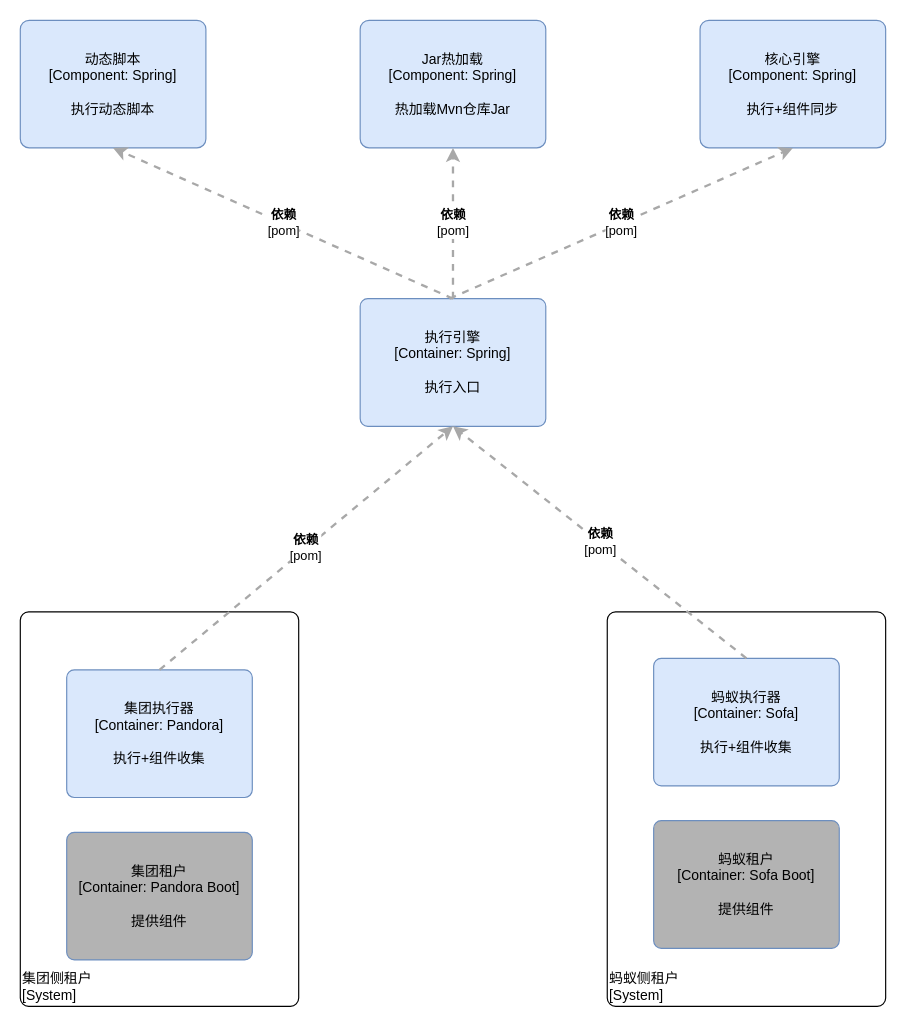
Earlier version of the draw.io diagram 执行器组件图.drawio (JimmyKsdas/TestPlantForm). Source tidied: cells renumbered, new cells numbered last; positions are measured from the earlier drawing's top-left corner, leaving out a move shared by most shapes. Both pictures are drawn from the tidied source at 116%, with x=0, y=0 at pixel (20, 20).
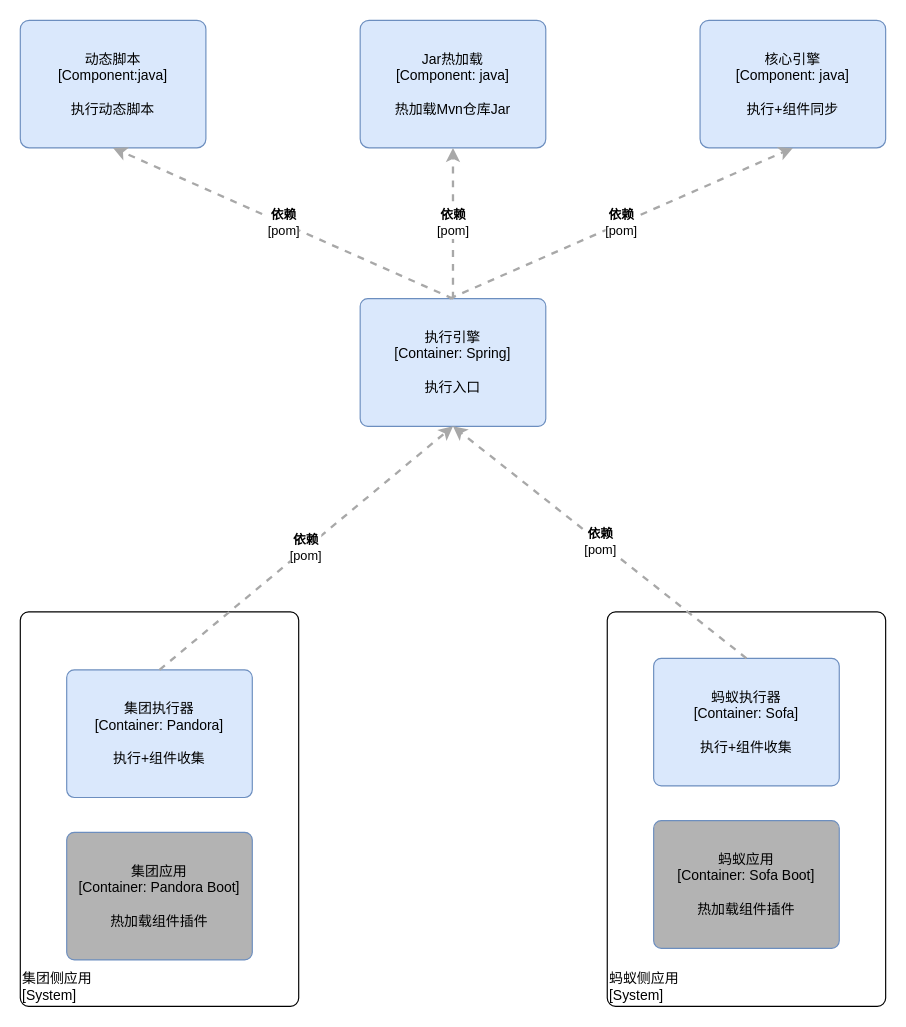
After the change.

Commit message:
Update 执行器组件图.drawio

The edit, as a diff of the source:
```diff
@@
 <mxGraphModel>
   <root>
     <mxCell id="0" />
     <mxCell id="1" parent="0" />
-    <mxCell id="2" value="动态脚本&lt;br&gt;&lt;div&gt;[Component:&amp;nbsp;&lt;span&gt;Spring&lt;/span&gt;&lt;span&gt;]&lt;/span&gt;&lt;/div&gt;&lt;div&gt;&lt;br&gt;&lt;/div&gt;&lt;div&gt;执行动态脚本&lt;/div&gt;" style="rounded=1;whiteSpace=wrap;html=1;labelBackgroundColor=none;fillColor=#dae8fc;fontColor=#000000;align=center;arcSize=7;strokeColor=#6c8ebf;" parent="1" vertex="1">
+    <mxCell id="2" value="动态脚本&lt;br&gt;&lt;div&gt;[Component:java&lt;span&gt;]&lt;/span&gt;&lt;/div&gt;&lt;div&gt;&lt;br&gt;&lt;/div&gt;&lt;div&gt;执行动态脚本&lt;/div&gt;" style="rounded=1;whiteSpace=wrap;html=1;labelBackgroundColor=none;fillColor=#dae8fc;fontColor=#000000;align=center;arcSize=7;strokeColor=#6c8ebf;" parent="1" vertex="1">
       <mxGeometry width="160" height="110" as="geometry" />
     </mxCell>
-    <mxCell id="3" value="Jar热加载&lt;br&gt;&lt;div&gt;[Component: Spring&lt;span&gt;]&lt;/span&gt;&lt;/div&gt;&lt;div&gt;&lt;br&gt;&lt;/div&gt;&lt;div&gt;热加载Mvn仓库Jar&lt;/div&gt;" style="rounded=1;whiteSpace=wrap;html=1;labelBackgroundColor=none;fillColor=#dae8fc;fontColor=#000000;align=center;arcSize=7;strokeColor=#6c8ebf;" parent="1" vertex="1">
+    <mxCell id="3" value="Jar热加载&lt;br&gt;&lt;div&gt;[Component: java&lt;span&gt;]&lt;/span&gt;&lt;/div&gt;&lt;div&gt;&lt;br&gt;&lt;/div&gt;&lt;div&gt;热加载Mvn仓库Jar&lt;/div&gt;" style="rounded=1;whiteSpace=wrap;html=1;labelBackgroundColor=none;fillColor=#dae8fc;fontColor=#000000;align=center;arcSize=7;strokeColor=#6c8ebf;" parent="1" vertex="1">
       <mxGeometry x="293" width="160" height="110" as="geometry" />
     </mxCell>
-    <mxCell id="4" value="核心引擎&lt;br&gt;&lt;div&gt;[Component: Spring&lt;span&gt;]&lt;/span&gt;&lt;/div&gt;&lt;div&gt;&lt;br&gt;&lt;/div&gt;&lt;div&gt;执行+组件同步&lt;/div&gt;" style="rounded=1;whiteSpace=wrap;html=1;labelBackgroundColor=none;fillColor=#dae8fc;fontColor=#000000;align=center;arcSize=7;strokeColor=#6c8ebf;" parent="1" vertex="1">
+    <mxCell id="4" value="核心引擎&lt;br&gt;&lt;div&gt;[Component: java&lt;span&gt;]&lt;/span&gt;&lt;/div&gt;&lt;div&gt;&lt;br&gt;&lt;/div&gt;&lt;div&gt;执行+组件同步&lt;/div&gt;" style="rounded=1;whiteSpace=wrap;html=1;labelBackgroundColor=none;fillColor=#dae8fc;fontColor=#000000;align=center;arcSize=7;strokeColor=#6c8ebf;" parent="1" vertex="1">
       <mxGeometry x="586" width="160" height="110" as="geometry" />
     </mxCell>
     <mxCell id="5" value="&lt;span&gt;执行引擎&lt;br&gt;&lt;/span&gt;&lt;div&gt;[Container: Spring&lt;span&gt;]&lt;/span&gt;&lt;/div&gt;&lt;div&gt;&lt;br&gt;&lt;/div&gt;&lt;div&gt;执行入口&lt;/div&gt;" style="rounded=1;whiteSpace=wrap;html=1;labelBackgroundColor=none;fillColor=#dae8fc;fontColor=#000000;align=center;arcSize=6;strokeColor=#6c8ebf;" parent="1" vertex="1">
       <mxGeometry x="293" y="240" width="160" height="110" as="geometry" />
     </mxCell>
-    <mxCell id="6" value="&lt;div style=&quot;text-align: left&quot;&gt;集团侧租户&lt;/div&gt;&lt;div style=&quot;text-align: left&quot;&gt;[System]&lt;/div&gt;&lt;div style=&quot;text-align: right&quot;&gt;&lt;/div&gt;" style="rounded=1;whiteSpace=wrap;html=1;labelBackgroundColor=none;fillColor=#ffffff;fontColor=#000000;align=left;arcSize=3;strokeColor=#000000;verticalAlign=bottom;shadow=0;" parent="1" vertex="1">
+    <mxCell id="6" value="&lt;div style=&quot;text-align: left&quot;&gt;集团侧应用&lt;/div&gt;&lt;div style=&quot;text-align: left&quot;&gt;[System]&lt;/div&gt;&lt;div style=&quot;text-align: right&quot;&gt;&lt;/div&gt;" style="rounded=1;whiteSpace=wrap;html=1;labelBackgroundColor=none;fillColor=#ffffff;fontColor=#000000;align=left;arcSize=3;strokeColor=#000000;verticalAlign=bottom;shadow=0;" parent="1" vertex="1">
       <mxGeometry y="510" width="240" height="340" as="geometry" />
     </mxCell>
     <mxCell id="7" value="&lt;span&gt;集团执行器&lt;/span&gt;&lt;div&gt;[Container:&amp;nbsp;&lt;span&gt;Pandora&lt;/span&gt;&lt;span&gt;]&lt;/span&gt;&lt;/div&gt;&lt;div&gt;&lt;br&gt;&lt;/div&gt;&lt;div&gt;执行+组件收集&lt;/div&gt;" style="rounded=1;whiteSpace=wrap;html=1;labelBackgroundColor=none;fillColor=#dae8fc;fontColor=#000000;align=center;arcSize=6;strokeColor=#6c8ebf;shadow=0;" parent="1" vertex="1">
       <mxGeometry x="40" y="560" width="160" height="110" as="geometry" />
     </mxCell>
-    <mxCell id="8" value="&lt;span&gt;集团租户&lt;/span&gt;&lt;div&gt;[Container:&amp;nbsp;&lt;span&gt;Pandora Boot&lt;/span&gt;&lt;span&gt;]&lt;/span&gt;&lt;/div&gt;&lt;div&gt;&lt;br&gt;&lt;/div&gt;&lt;div&gt;提供组件&lt;/div&gt;" style="rounded=1;whiteSpace=wrap;html=1;labelBackgroundColor=none;fillColor=#B3B3B3;fontColor=#000000;align=center;arcSize=6;strokeColor=#6c8ebf;shadow=0;" parent="1" vertex="1">
+    <mxCell id="8" value="&lt;span&gt;集团应用&lt;/span&gt;&lt;div&gt;[Container:&amp;nbsp;&lt;span&gt;Pandora Boot&lt;/span&gt;&lt;span&gt;]&lt;/span&gt;&lt;/div&gt;&lt;div&gt;&lt;br&gt;&lt;/div&gt;&lt;div&gt;热加载组件插件&lt;/div&gt;" style="rounded=1;whiteSpace=wrap;html=1;labelBackgroundColor=none;fillColor=#B3B3B3;fontColor=#000000;align=center;arcSize=6;strokeColor=#6c8ebf;shadow=0;" parent="1" vertex="1">
       <mxGeometry x="40" y="700" width="160" height="110" as="geometry" />
     </mxCell>
-    <mxCell id="9" value="&lt;div style=&quot;text-align: left&quot;&gt;蚂蚁侧租户&lt;/div&gt;&lt;div style=&quot;text-align: left&quot;&gt;[System]&lt;/div&gt;&lt;div style=&quot;text-align: right&quot;&gt;&lt;/div&gt;" style="rounded=1;whiteSpace=wrap;html=1;labelBackgroundColor=none;fillColor=#ffffff;fontColor=#000000;align=left;arcSize=3;strokeColor=#000000;verticalAlign=bottom;shadow=0;" parent="1" vertex="1">
+    <mxCell id="9" value="&lt;div style=&quot;text-align: left&quot;&gt;蚂蚁侧应用&lt;/div&gt;&lt;div style=&quot;text-align: left&quot;&gt;[System]&lt;/div&gt;&lt;div style=&quot;text-align: right&quot;&gt;&lt;/div&gt;" style="rounded=1;whiteSpace=wrap;html=1;labelBackgroundColor=none;fillColor=#ffffff;fontColor=#000000;align=left;arcSize=3;strokeColor=#000000;verticalAlign=bottom;shadow=0;" parent="1" vertex="1">
       <mxGeometry x="506" y="510" width="240" height="340" as="geometry" />
     </mxCell>
     <mxCell id="10" value="&lt;span&gt;蚂蚁执行器&lt;/span&gt;&lt;div&gt;[Container:&amp;nbsp;&lt;span&gt;Sofa&lt;/span&gt;&lt;span&gt;]&lt;/span&gt;&lt;/div&gt;&lt;div&gt;&lt;br&gt;&lt;/div&gt;&lt;div&gt;执行+组件收集&lt;/div&gt;" style="rounded=1;whiteSpace=wrap;html=1;labelBackgroundColor=none;fillColor=#dae8fc;fontColor=#000000;align=center;arcSize=6;strokeColor=#6c8ebf;shadow=0;" parent="1" vertex="1">
       <mxGeometry x="546" y="550" width="160" height="110" as="geometry" />
     </mxCell>
-    <mxCell id="11" value="&lt;span&gt;蚂蚁租户&lt;/span&gt;&lt;div&gt;[Container:&amp;nbsp;&lt;span&gt;Sofa Boot&lt;/span&gt;&lt;span&gt;]&lt;/span&gt;&lt;/div&gt;&lt;div&gt;&lt;br&gt;&lt;/div&gt;&lt;div&gt;提供组件&lt;/div&gt;" style="rounded=1;whiteSpace=wrap;html=1;labelBackgroundColor=none;fillColor=#B3B3B3;fontColor=#000000;align=center;arcSize=6;strokeColor=#6c8ebf;shadow=0;" parent="1" vertex="1">
+    <mxCell id="11" value="&lt;span&gt;蚂蚁应用&lt;/span&gt;&lt;div&gt;[Container:&amp;nbsp;&lt;span&gt;Sofa Boot&lt;/span&gt;&lt;span&gt;]&lt;/span&gt;&lt;/div&gt;&lt;div&gt;&lt;br&gt;&lt;/div&gt;&lt;div&gt;热加载组件插件&lt;/div&gt;" style="rounded=1;whiteSpace=wrap;html=1;labelBackgroundColor=none;fillColor=#B3B3B3;fontColor=#000000;align=center;arcSize=6;strokeColor=#6c8ebf;shadow=0;" parent="1" vertex="1">
       <mxGeometry x="546" y="690" width="160" height="110" as="geometry" />
     </mxCell>
     <mxCell id="12" value="&lt;div style=&quot;text-align: left&quot;&gt;&lt;div style=&quot;text-align: center&quot;&gt;&lt;b&gt;依赖&lt;/b&gt;&lt;/div&gt;&lt;div style=&quot;text-align: center&quot;&gt;[pom]&lt;/div&gt;&lt;/div&gt;" style="edgeStyle=none;rounded=0;html=1;entryX=0.5;entryY=1;jettySize=auto;strokeColor=#A8A8A8;strokeWidth=2;fontColor=#000000;jumpStyle=none;dashed=1;entryDx=0;entryDy=0;exitX=0.5;exitY=0;exitDx=0;exitDy=0;" parent="1" edge="1" source="5" target="2">
       <mxGeometry relative="1" as="geometry" />
     </mxCell>
     <mxCell id="13" value="&lt;div style=&quot;text-align: left&quot;&gt;&lt;div style=&quot;text-align: center&quot;&gt;&lt;b&gt;依赖&lt;/b&gt;&lt;/div&gt;&lt;div style=&quot;text-align: center&quot;&gt;[pom]&lt;/div&gt;&lt;/div&gt;" style="edgeStyle=none;rounded=0;html=1;entryX=0.5;entryY=1;jettySize=auto;strokeColor=#A8A8A8;strokeWidth=2;fontColor=#000000;jumpStyle=none;dashed=1;entryDx=0;entryDy=0;exitX=0.5;exitY=0;exitDx=0;exitDy=0;" parent="1" edge="1" source="5" target="3">
       <mxGeometry relative="1" as="geometry" />
     </mxCell>
     <mxCell id="14" value="&lt;div style=&quot;text-align: left&quot;&gt;&lt;div style=&quot;text-align: center&quot;&gt;&lt;b&gt;依赖&lt;/b&gt;&lt;/div&gt;&lt;div style=&quot;text-align: center&quot;&gt;[pom]&lt;/div&gt;&lt;/div&gt;" style="edgeStyle=none;rounded=0;html=1;entryX=0.5;entryY=1;jettySize=auto;strokeColor=#A8A8A8;strokeWidth=2;fontColor=#000000;jumpStyle=none;dashed=1;entryDx=0;entryDy=0;" parent="1" edge="1" target="4">
       <mxGeometry relative="1" as="geometry">
         <mxPoint x="370" y="240" as="sourcePoint" />
       </mxGeometry>
     </mxCell>
     <mxCell id="15" value="&lt;div style=&quot;text-align: left&quot;&gt;&lt;div style=&quot;text-align: center&quot;&gt;&lt;b&gt;依赖&lt;/b&gt;&lt;/div&gt;&lt;div style=&quot;text-align: center&quot;&gt;[pom]&lt;/div&gt;&lt;/div&gt;" style="edgeStyle=none;rounded=0;html=1;entryX=0.5;entryY=1;jettySize=auto;strokeColor=#A8A8A8;strokeWidth=2;fontColor=#000000;jumpStyle=none;dashed=1;entryDx=0;entryDy=0;exitX=0.5;exitY=0;exitDx=0;exitDy=0;" parent="1" edge="1" source="10" target="5">
       <mxGeometry relative="1" as="geometry" />
     </mxCell>
     <mxCell id="16" value="&lt;div style=&quot;text-align: left&quot;&gt;&lt;div style=&quot;text-align: center&quot;&gt;&lt;b&gt;依赖&lt;/b&gt;&lt;/div&gt;&lt;div style=&quot;text-align: center&quot;&gt;[pom]&lt;/div&gt;&lt;/div&gt;" style="edgeStyle=none;rounded=0;html=1;jettySize=auto;strokeColor=#A8A8A8;strokeWidth=2;fontColor=#000000;jumpStyle=none;dashed=1;exitX=0.5;exitY=0;exitDx=0;exitDy=0;entryX=0.5;entryY=1;entryDx=0;entryDy=0;" parent="1" edge="1" source="7" target="5">
       <mxGeometry relative="1" as="geometry" />
     </mxCell>
   </root>
 </mxGraphModel>
```
